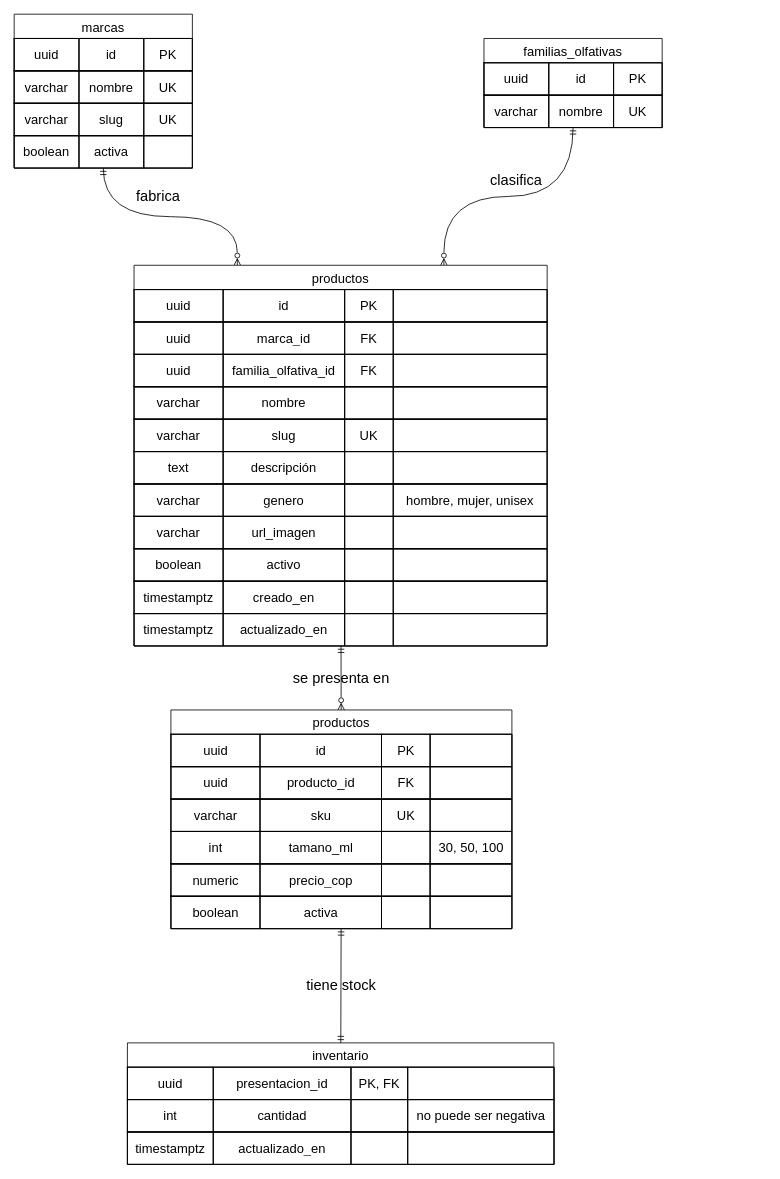
Above: docs/diagrams/er-catalog_db.drawio in AgudeloAlexander623/PerfumesPAYDAY (draw.io), before the change. Source tidied: cells renumbered, new cells numbered last; positions are measured from the earlier drawing's top-left corner, leaving out a move shared by most shapes. Both pictures are drawn from the tidied source at 81%, with x=0, y=0 at pixel (14, 14).
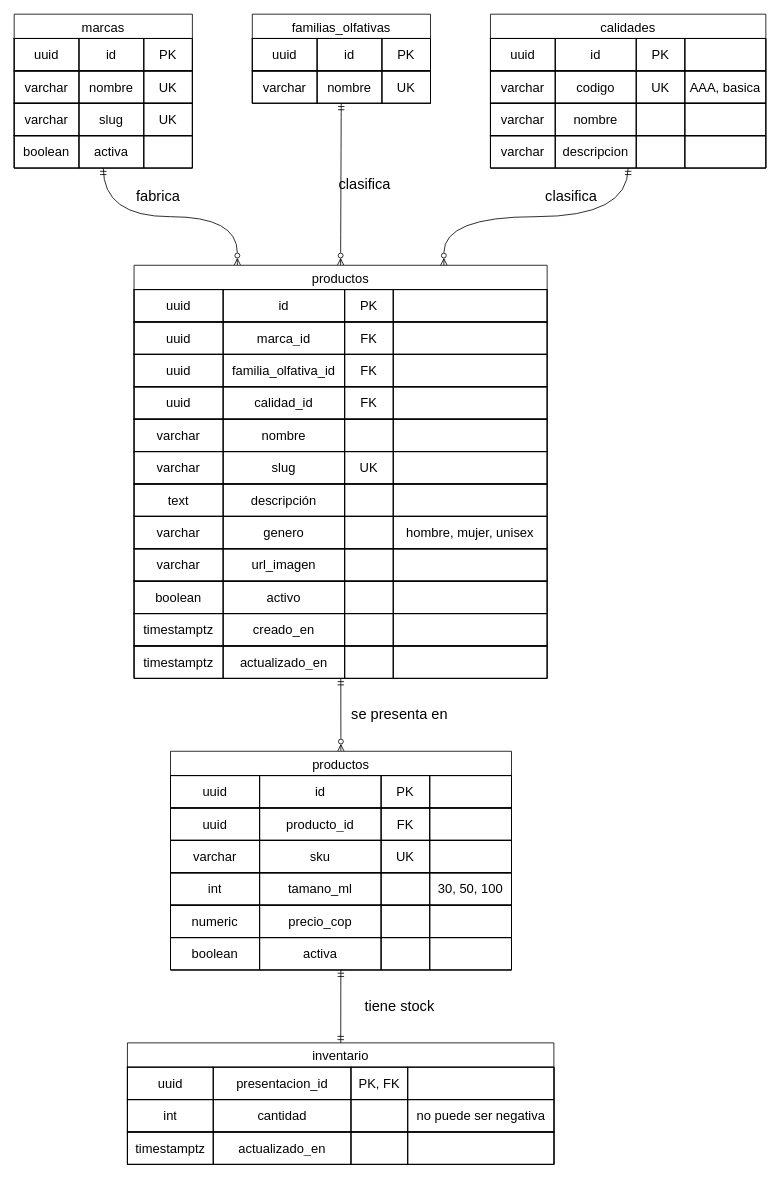
After the change.

Commit message:
actualización er-catalog para tabla de los productos AAA

The edit, as a diff of the source:
```diff
@@
-    <mxCell id="20" style="edgeStyle=orthogonalEdgeStyle;html=1;entryX=0.75;entryY=0;entryDx=0;entryDy=0;curved=1;curveGeometry=1;startArrow=ERmandOne;startFill=0;endArrow=ERzeroToMany;endFill=0;" parent="1" edge="1" source="21" target="31">
+    <mxCell id="20" style="html=1;entryX=0.5;entryY=0;entryDx=0;entryDy=0;curved=1;curveGeometry=1;startArrow=ERmandOne;startFill=0;endArrow=ERzeroToMany;endFill=0;" parent="1" edge="1" source="21" target="31">
       <mxGeometry relative="1" as="geometry" />
     </mxCell>
     <mxCell id="21" value="familias_olfativas" style="shape=table;tableRender=collapsed;startSize=30;childLayout=tableLayout;strokeColor=default;fontSize=16;" parent="1" vertex="1">
-      <mxGeometry x="580" y="30" width="220" height="110" as="geometry" />
+      <mxGeometry x="294" width="220" height="110" as="geometry" />
     </mxCell>
@@
     <mxCell id="31" value="productos" style="shape=table;tableRender=collapsed;startSize=30;childLayout=tableLayout;strokeColor=default;fontSize=16;" parent="1" vertex="1">
-      <mxGeometry x="148" y="310" width="510" height="470" as="geometry" />
+      <mxGeometry x="148" y="310" width="510" height="510" as="geometry" />
     </mxCell>
@@
+    <mxCell id="139" style="shape=tableRow;horizontal=0;startSize=0;swimlaneHead=0;swimlaneBody=0;strokeColor=inherit;fillColor=none;fontSize=16;" parent="31" vertex="1">
+      <mxGeometry y="150" width="510" height="40" as="geometry" />
+    </mxCell>
+    <mxCell id="140" value="uuid" style="shape=partialRectangle;html=1;whiteSpace=wrap;strokeColor=inherit;overflow=hidden;fillColor=none;fontSize=16;" parent="139" vertex="1">
+      <mxGeometry width="110" height="40" as="geometry" />
+    </mxCell>
+    <mxCell id="141" value="calidad_id" style="shape=partialRectangle;html=1;whiteSpace=wrap;strokeColor=inherit;overflow=hidden;fillColor=none;fontSize=16;" parent="139" vertex="1">
+      <mxGeometry x="110" width="150" height="40" as="geometry" />
+    </mxCell>
+    <mxCell id="142" value="FK" style="shape=partialRectangle;html=1;whiteSpace=wrap;strokeColor=inherit;overflow=hidden;fillColor=none;fontSize=16;" parent="139" vertex="1">
+      <mxGeometry x="260" width="60" height="40" as="geometry" />
+    </mxCell>
+    <mxCell id="143" style="shape=partialRectangle;html=1;whiteSpace=wrap;strokeColor=inherit;overflow=hidden;fillColor=none;fontSize=16;" parent="139" vertex="1">
+      <mxGeometry x="320" width="190" height="40" as="geometry" />
+    </mxCell>
     <mxCell id="47" style="shape=tableRow;horizontal=0;startSize=0;swimlaneHead=0;swimlaneBody=0;strokeColor=inherit;fillColor=none;fontSize=16;" parent="31" vertex="1">
-      <mxGeometry y="150" width="510" height="40" as="geometry" />
+      <mxGeometry y="190" width="510" height="40" as="geometry" />
     </mxCell>
@@
     <mxCell id="52" style="shape=tableRow;horizontal=0;startSize=0;swimlaneHead=0;swimlaneBody=0;strokeColor=inherit;fillColor=none;fontSize=16;" parent="31" vertex="1">
-      <mxGeometry y="190" width="510" height="40" as="geometry" />
+      <mxGeometry y="230" width="510" height="40" as="geometry" />
     </mxCell>
@@
     <mxCell id="57" style="shape=tableRow;horizontal=0;startSize=0;swimlaneHead=0;swimlaneBody=0;strokeColor=inherit;fillColor=none;fontSize=16;" parent="31" vertex="1">
-      <mxGeometry y="230" width="510" height="40" as="geometry" />
+      <mxGeometry y="270" width="510" height="40" as="geometry" />
     </mxCell>
@@
     <mxCell id="62" style="shape=tableRow;horizontal=0;startSize=0;swimlaneHead=0;swimlaneBody=0;strokeColor=inherit;fillColor=none;fontSize=16;" parent="31" vertex="1">
-      <mxGeometry y="270" width="510" height="40" as="geometry" />
+      <mxGeometry y="310" width="510" height="40" as="geometry" />
     </mxCell>
@@
     <mxCell id="67" style="shape=tableRow;horizontal=0;startSize=0;swimlaneHead=0;swimlaneBody=0;strokeColor=inherit;fillColor=none;fontSize=16;" parent="31" vertex="1">
-      <mxGeometry y="310" width="510" height="40" as="geometry" />
+      <mxGeometry y="350" width="510" height="40" as="geometry" />
     </mxCell>
@@
     <mxCell id="72" style="shape=tableRow;horizontal=0;startSize=0;swimlaneHead=0;swimlaneBody=0;strokeColor=inherit;fillColor=none;fontSize=16;" parent="31" vertex="1">
-      <mxGeometry y="350" width="510" height="40" as="geometry" />
+      <mxGeometry y="390" width="510" height="40" as="geometry" />
     </mxCell>
@@
     <mxCell id="77" style="shape=tableRow;horizontal=0;startSize=0;swimlaneHead=0;swimlaneBody=0;strokeColor=inherit;fillColor=none;fontSize=16;" parent="31" vertex="1">
-      <mxGeometry y="390" width="510" height="40" as="geometry" />
+      <mxGeometry y="430" width="510" height="40" as="geometry" />
     </mxCell>
@@
     <mxCell id="82" style="shape=tableRow;horizontal=0;startSize=0;swimlaneHead=0;swimlaneBody=0;strokeColor=inherit;fillColor=none;fontSize=16;" parent="31" vertex="1">
-      <mxGeometry y="430" width="510" height="40" as="geometry" />
+      <mxGeometry y="470" width="510" height="40" as="geometry" />
     </mxCell>
@@
     <mxCell id="88" value="productos" style="shape=table;tableRender=collapsed;startSize=30;childLayout=tableLayout;strokeColor=default;fontSize=16;" parent="1" vertex="1">
-      <mxGeometry x="193.5" y="859" width="421" height="270" as="geometry" />
+      <mxGeometry x="193" y="910" width="421" height="270" as="geometry" />
     </mxCell>
@@
     <mxCell id="120" value="&lt;font style=&quot;font-size: 18px;&quot;&gt;clasifica&lt;/font&gt;" style="text;html=1;whiteSpace=wrap;strokeColor=none;fillColor=none;align=center;verticalAlign=middle;rounded=0;" parent="1" vertex="1">
-      <mxGeometry x="590" y="190" width="60" height="30" as="geometry" />
+      <mxGeometry x="403" y="195" width="60" height="30" as="geometry" />
     </mxCell>
     <mxCell id="121" value="&lt;font style=&quot;font-size: 18px;&quot;&gt;se presenta en&lt;/font&gt;" style="text;html=1;whiteSpace=wrap;strokeColor=none;fillColor=none;align=center;verticalAlign=middle;rounded=0;" parent="1" vertex="1">
-      <mxGeometry x="331" y="805" width="146" height="30" as="geometry" />
+      <mxGeometry x="403" y="850" width="146" height="30" as="geometry" />
     </mxCell>
@@
     <mxCell id="138" value="&lt;font style=&quot;font-size: 18px;&quot;&gt;tiene stock&lt;/font&gt;" style="text;html=1;whiteSpace=wrap;strokeColor=none;fillColor=none;align=center;verticalAlign=middle;rounded=0;" parent="1" vertex="1">
-      <mxGeometry x="331" y="1184" width="146" height="30" as="geometry" />
+      <mxGeometry x="403" y="1210" width="146" height="30" as="geometry" />
     </mxCell>
+    <mxCell id="144" style="edgeStyle=orthogonalEdgeStyle;html=1;entryX=0.75;entryY=0;entryDx=0;entryDy=0;curved=1;curveGeometry=1;startArrow=ERmandOne;startFill=0;endArrow=ERzeroToMany;endFill=0;" parent="1" edge="1" source="145" target="31">
+      <mxGeometry relative="1" as="geometry" />
+    </mxCell>
+    <mxCell id="145" value="calidades" style="shape=table;tableRender=collapsed;startSize=30;childLayout=tableLayout;strokeColor=default;fontSize=16;" parent="1" vertex="1">
+      <mxGeometry x="588" width="340" height="190" as="geometry" />
+    </mxCell>
+    <mxCell id="146" style="shape=tableRow;horizontal=0;startSize=0;swimlaneHead=0;swimlaneBody=0;strokeColor=inherit;fillColor=none;fontSize=16;" parent="145" vertex="1">
+      <mxGeometry y="30" width="340" height="40" as="geometry" />
+    </mxCell>
+    <mxCell id="147" value="uuid" style="shape=partialRectangle;html=1;whiteSpace=wrap;strokeColor=inherit;overflow=hidden;fillColor=none;fontSize=16;" parent="146" vertex="1">
+      <mxGeometry width="80" height="40" as="geometry" />
+    </mxCell>
+    <mxCell id="148" value="id" style="shape=partialRectangle;html=1;whiteSpace=wrap;strokeColor=inherit;overflow=hidden;fillColor=none;fontSize=16;" parent="146" vertex="1">
+      <mxGeometry x="80" width="100" height="40" as="geometry" />
+    </mxCell>
+    <mxCell id="149" value="PK" style="shape=partialRectangle;html=1;whiteSpace=wrap;strokeColor=inherit;overflow=hidden;fillColor=none;fontSize=16;" parent="146" vertex="1">
+      <mxGeometry x="180" width="60" height="40" as="geometry" />
+    </mxCell>
+    <mxCell id="150" style="shape=partialRectangle;html=1;whiteSpace=wrap;strokeColor=inherit;overflow=hidden;fillColor=none;fontSize=16;" parent="146" vertex="1">
+      <mxGeometry x="240" width="100" height="40" as="geometry" />
+    </mxCell>
+    <mxCell id="151" style="shape=tableRow;horizontal=0;startSize=0;swimlaneHead=0;swimlaneBody=0;strokeColor=inherit;fillColor=none;fontSize=16;" parent="145" vertex="1">
+      <mxGeometry y="70" width="340" height="40" as="geometry" />
+    </mxCell>
+    <mxCell id="152" value="varchar" style="shape=partialRectangle;html=1;whiteSpace=wrap;strokeColor=inherit;overflow=hidden;fillColor=none;fontSize=16;" parent="151" vertex="1">
+      <mxGeometry width="80" height="40" as="geometry" />
+    </mxCell>
+    <mxCell id="153" value="codigo" style="shape=partialRectangle;html=1;whiteSpace=wrap;strokeColor=inherit;overflow=hidden;fillColor=none;fontSize=16;" parent="151" vertex="1">
+      <mxGeometry x="80" width="100" height="40" as="geometry" />
+    </mxCell>
+    <mxCell id="154" value="UK" style="shape=partialRectangle;html=1;whiteSpace=wrap;strokeColor=inherit;overflow=hidden;fillColor=none;fontSize=16;" parent="151" vertex="1">
+      <mxGeometry x="180" width="60" height="40" as="geometry" />
+    </mxCell>
+    <mxCell id="155" value="AAA, basica" style="shape=partialRectangle;html=1;whiteSpace=wrap;strokeColor=inherit;overflow=hidden;fillColor=none;fontSize=16;" parent="151" vertex="1">
+      <mxGeometry x="240" width="100" height="40" as="geometry" />
+    </mxCell>
+    <mxCell id="156" style="shape=tableRow;horizontal=0;startSize=0;swimlaneHead=0;swimlaneBody=0;strokeColor=inherit;fillColor=none;fontSize=16;" parent="145" vertex="1">
+      <mxGeometry y="110" width="340" height="40" as="geometry" />
+    </mxCell>
+    <mxCell id="157" value="varchar" style="shape=partialRectangle;html=1;whiteSpace=wrap;strokeColor=inherit;overflow=hidden;fillColor=none;fontSize=16;" parent="156" vertex="1">
+      <mxGeometry width="80" height="40" as="geometry" />
+    </mxCell>
+    <mxCell id="158" value="nombre" style="shape=partialRectangle;html=1;whiteSpace=wrap;strokeColor=inherit;overflow=hidden;fillColor=none;fontSize=16;" parent="156" vertex="1">
+      <mxGeometry x="80" width="100" height="40" as="geometry" />
+    </mxCell>
+    <mxCell id="159" style="shape=partialRectangle;html=1;whiteSpace=wrap;strokeColor=inherit;overflow=hidden;fillColor=none;fontSize=16;" parent="156" vertex="1">
+      <mxGeometry x="180" width="60" height="40" as="geometry" />
+    </mxCell>
+    <mxCell id="160" style="shape=partialRectangle;html=1;whiteSpace=wrap;strokeColor=inherit;overflow=hidden;fillColor=none;fontSize=16;" parent="156" vertex="1">
+      <mxGeometry x="240" width="100" height="40" as="geometry" />
+    </mxCell>
+    <mxCell id="161" style="shape=tableRow;horizontal=0;startSize=0;swimlaneHead=0;swimlaneBody=0;strokeColor=inherit;fillColor=none;fontSize=16;" parent="145" vertex="1">
+      <mxGeometry y="150" width="340" height="40" as="geometry" />
+    </mxCell>
+    <mxCell id="162" value="varchar" style="shape=partialRectangle;html=1;whiteSpace=wrap;strokeColor=inherit;overflow=hidden;fillColor=none;fontSize=16;" parent="161" vertex="1">
+      <mxGeometry width="80" height="40" as="geometry" />
+    </mxCell>
+    <mxCell id="163" value="descripcion" style="shape=partialRectangle;html=1;whiteSpace=wrap;strokeColor=inherit;overflow=hidden;fillColor=none;fontSize=16;" parent="161" vertex="1">
+      <mxGeometry x="80" width="100" height="40" as="geometry" />
+    </mxCell>
+    <mxCell id="164" style="shape=partialRectangle;html=1;whiteSpace=wrap;strokeColor=inherit;overflow=hidden;fillColor=none;fontSize=16;" parent="161" vertex="1">
+      <mxGeometry x="180" width="60" height="40" as="geometry" />
+    </mxCell>
+    <mxCell id="165" style="shape=partialRectangle;html=1;whiteSpace=wrap;strokeColor=inherit;overflow=hidden;fillColor=none;fontSize=16;" parent="161" vertex="1">
+      <mxGeometry x="240" width="100" height="40" as="geometry" />
+    </mxCell>
+    <mxCell id="166" value="&lt;font style=&quot;font-size: 18px;&quot;&gt;clasifica&lt;/font&gt;" style="text;html=1;whiteSpace=wrap;strokeColor=none;fillColor=none;align=center;verticalAlign=middle;rounded=0;" parent="1" vertex="1">
+      <mxGeometry x="658" y="210" width="60" height="30" as="geometry" />
+    </mxCell>
```
